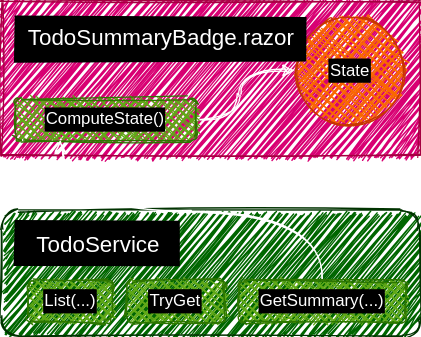
The draw.io diagram Slides/Fusion_v2/diagrams/todo-app/1.dio.svg in alexyakunin/Stl.Fusion.Materials, before a commit. Source tidied: cells renumbered, new cells last; positions are measured from the earlier drawing's top-left corner, leaving out a move shared by most shapes.
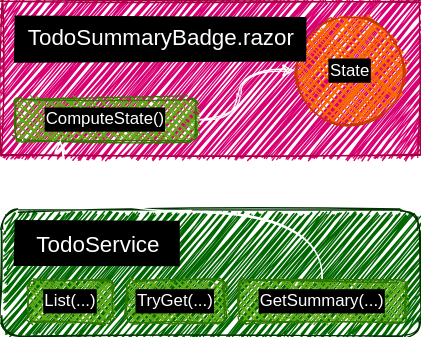
The same file after the commit.

Diff of the diagram source:
```diff
@@ -37,7 +37,7 @@
     <mxCell id="11" value="List(...)" style="rounded=1;whiteSpace=wrap;html=1;sketch=1;fillColor=#60a917;strokeColor=#2D7600;fontColor=#ffffff;fillStyle=cross-hatch;shadow=0;labelBackgroundColor=#000000;labelBorderColor=#000000;" parent="1" vertex="1">
       <mxGeometry x="20" y="200" width="60" height="30" as="geometry" />
     </mxCell>
-    <mxCell id="12" value="TryGet" style="rounded=1;whiteSpace=wrap;html=1;sketch=1;fillColor=#60a917;strokeColor=#2D7600;fontColor=#ffffff;fillStyle=cross-hatch;shadow=0;labelBackgroundColor=#000000;labelBorderColor=#000000;" parent="1" vertex="1">
+    <mxCell id="12" value="TryGet(...)" style="rounded=1;whiteSpace=wrap;html=1;sketch=1;fillColor=#60a917;strokeColor=#2D7600;fontColor=#ffffff;fillStyle=cross-hatch;shadow=0;labelBackgroundColor=#000000;labelBorderColor=#000000;" parent="1" vertex="1">
       <mxGeometry x="90" y="200" width="70" height="30" as="geometry" />
     </mxCell>
   </root>
```
